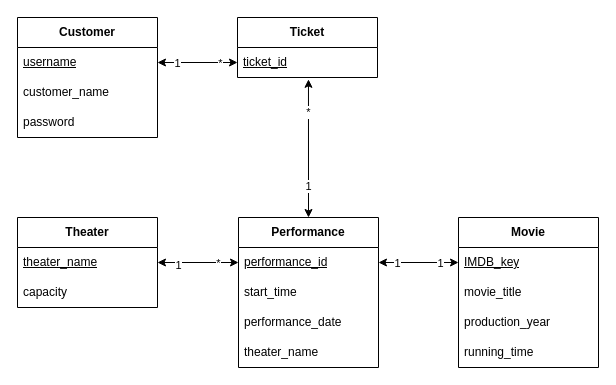
Earlier version of the draw.io diagram Lab2_ER_Model.drawio (sergioferniza/edaf75). Source tidied: cells renumbered, new cells numbered last; positions are measured from the earlier drawing's top-left corner, leaving out a move shared by most shapes. Both pictures are drawn from the tidied source at 100%, with x=0, y=0 at pixel (17, 17).
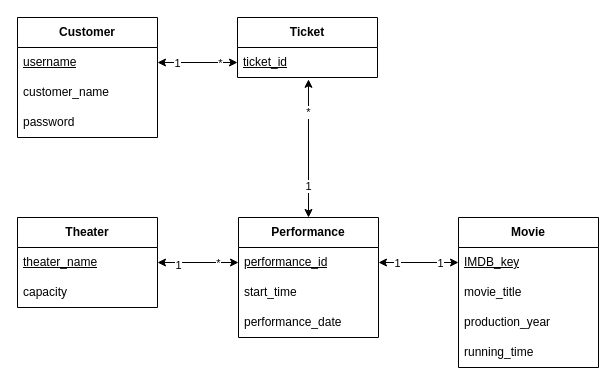
After the change.

Commit message (it also covers changes not shown here):
Worked on lab question md file and added images of ER models to the repo

Diff of the diagram source:
```diff
@@
     <mxCell id="10" value="Performance" style="swimlane;fontStyle=1;horizontal=1;startSize=30;whiteSpace=wrap;html=1;" parent="1" vertex="1">
-      <mxGeometry x="221" y="200" width="140" height="150" as="geometry" />
+      <mxGeometry x="221" y="200" width="140" height="120" as="geometry" />
     </mxCell>
@@
-    <mxCell id="14" value="&lt;span style=&quot;border-color: var(--border-color);&quot;&gt;theater_name&lt;/span&gt;" style="text;strokeColor=none;fillColor=none;align=left;verticalAlign=middle;spacingLeft=4;spacingRight=4;overflow=hidden;whiteSpace=wrap;html=1;" parent="10" vertex="1">
-      <mxGeometry y="120" width="140" height="30" as="geometry" />
-    </mxCell>
```
